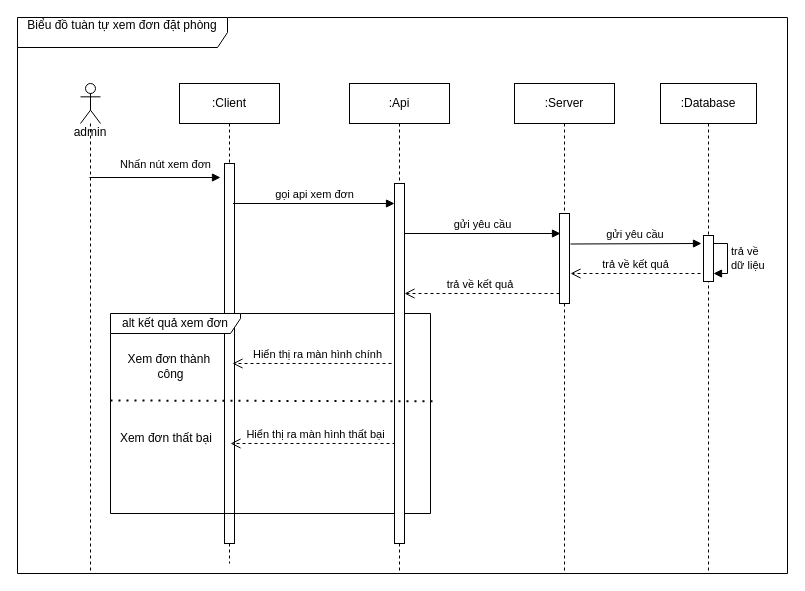
Earlier version of the draw.io diagram Dung~/xemchitietdon.drawio (KMA-TTCS-Nhom32/documents). Source tidied: cells renumbered, new cells numbered last; positions are measured from the earlier drawing's top-left corner, leaving out a move shared by most shapes. Both pictures are drawn from the tidied source at 100%, with x=0, y=0 at pixel (17, 17).
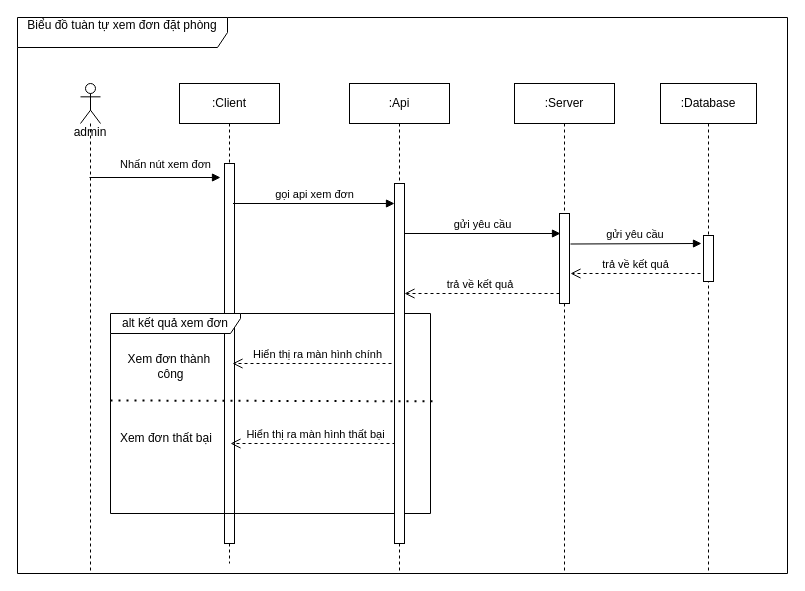
The same page after the edit.

Unchanged cells that the change refers to:
```xml
<mxCell id="16" value=":Database" style="shape=umlLifeline;perimeter=lifelinePerimeter;whiteSpace=wrap;html=1;newEdgeStyle={&quot;curved&quot;:0,&quot;rounded&quot;:0};" parent="1" vertex="1">
  <mxGeometry x="643" y="66" width="96" height="490" as="geometry" />
</mxCell>
```

What changed in the source:
```diff
@@
-    <mxCell id="17" value="trả về&lt;br&gt;&lt;div&gt;dữ liệu&lt;/div&gt;" style="html=1;align=left;spacingLeft=2;endArrow=block;rounded=0;edgeStyle=orthogonalEdgeStyle;curved=0;rounded=0;" parent="16" edge="1">
-      <mxGeometry relative="1" as="geometry">
-        <mxPoint x="53" y="160" as="sourcePoint" />
-        <mxPoint x="53" y="190" as="targetPoint" />
-        <Array as="points">
-          <mxPoint x="67" y="160" />
-          <mxPoint x="67" y="190" />
-        </Array>
-      </mxGeometry>
-    </mxCell>
```
